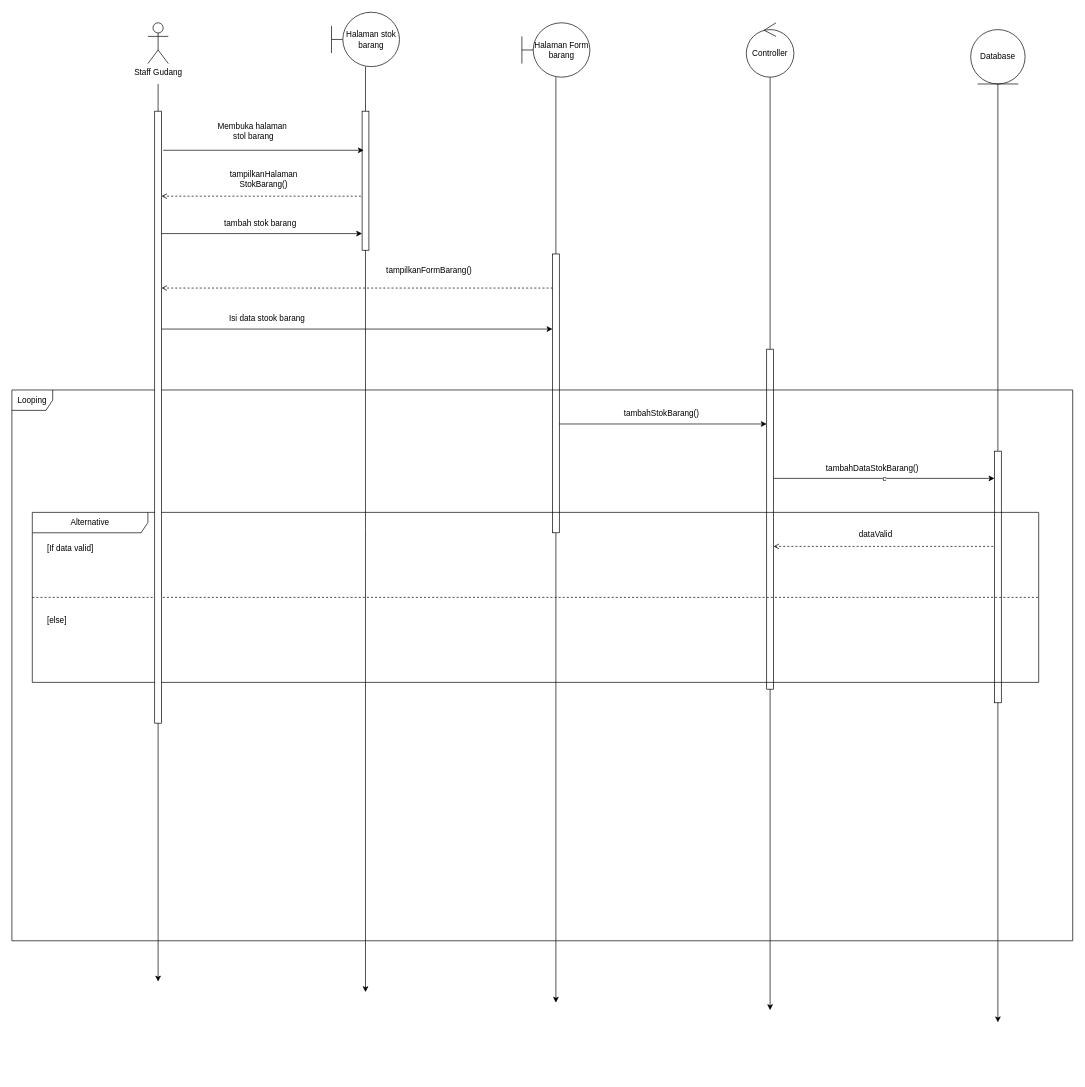
The draw.io diagram page "Fitur Menambah informasi stok barang" (1 of 20) of FIxed/Sequence Complete .drawio in AriqFaridzki/SE-UTS-2023, before the edit. Source tidied: cells renumbered, new cells numbered last; positions are measured from the earlier drawing's top-left corner, leaving out a move shared by most shapes. Both pictures are drawn from the tidied source at 68%, with x=0, y=0 at pixel (12, 12).
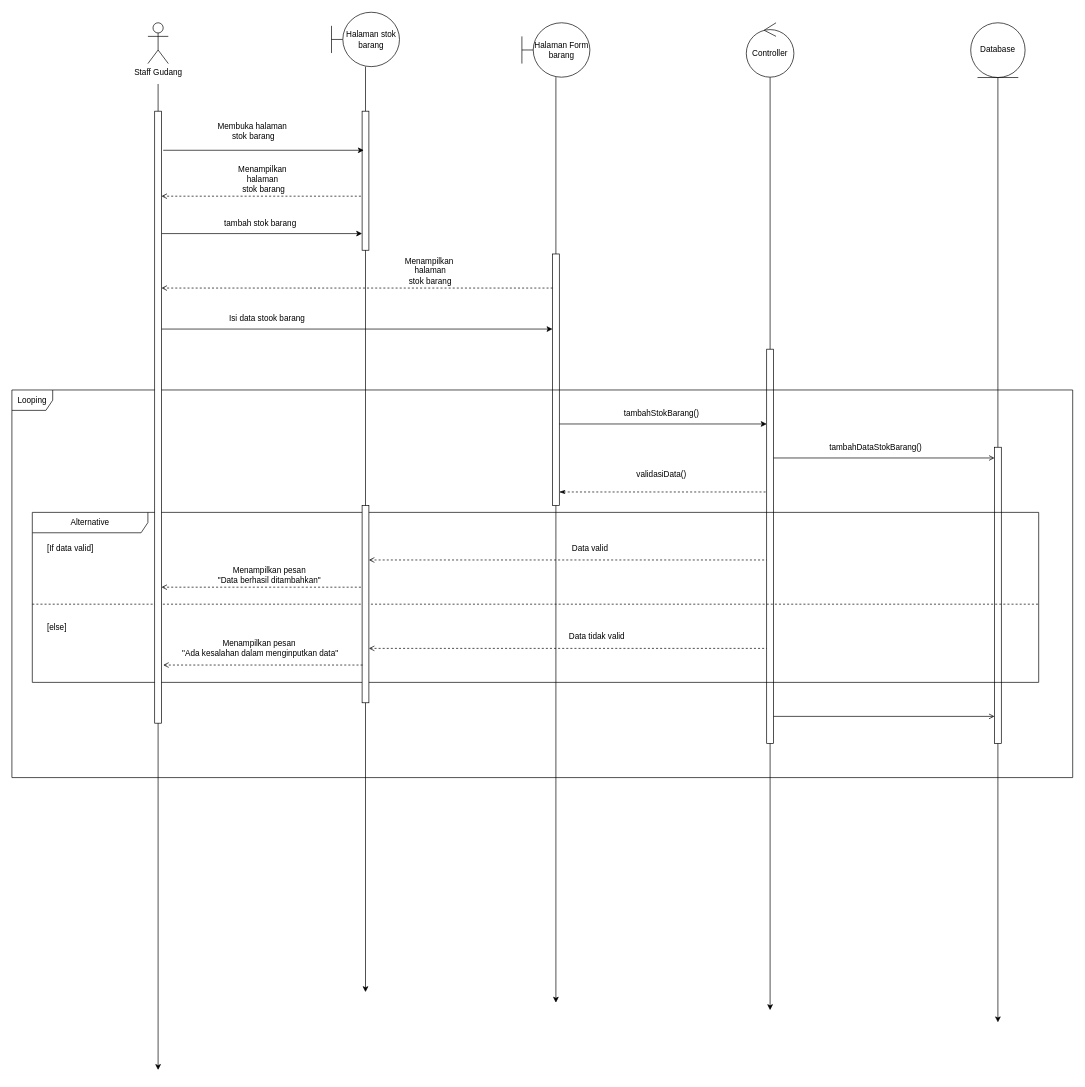
Above is the later version.

Unchanged cells that the change refers to:
```xml
<mxCell id="8" style="group;" parent="1" vertex="1">
  <mxGeometry x="750" y="16" width="760" height="1441" as="geometry" />
</mxCell>
<mxCell id="20" style="group;" parent="1" vertex="1">
  <mxGeometry x="310" y="226" width="120" height="50" as="geometry" />
</mxCell>
<mxCell id="34" value="Alternative" style="shape=umlFrame;whiteSpace=wrap;html=1;width=170;" parent="1" vertex="1">
  <mxGeometry x="30" y="736" width="1480" height="250" as="geometry" />
</mxCell>
```

Change to the diagram source:
```diff
@@
     <mxCell id="4" style="group;" parent="1" vertex="1">
-      <mxGeometry x="1410" y="26" width="80" height="1460" as="geometry" />
+      <mxGeometry x="1410" y="16" width="80" height="1470" as="geometry" />
     </mxCell>
     <mxCell id="5" style="edgeStyle=orthogonalEdgeStyle;rounded=0;jettySize=auto;html=1;" parent="4" edge="1" source="6">
       <mxGeometry relative="1" as="geometry">
-        <mxPoint x="40" y="1460" as="targetPoint" />
+        <mxPoint x="40" y="1470" as="targetPoint" />
       </mxGeometry>
     </mxCell>
     <mxCell id="6" value="Database" style="ellipse;shape=umlEntity;whiteSpace=wrap;html=1;" parent="4" vertex="1">
-      <mxGeometry width="80" height="80" as="geometry" />
+      <mxGeometry width="80" height="80.5" as="geometry" />
     </mxCell>
     <mxCell id="7" style="html=1;points=[];perimeter=orthogonalPerimeter;outlineConnect=0;targetShapes=umlLifeline;portConstraint=eastwest;newEdgeStyle={&quot;edgeStyle&quot;:&quot;elbowEdgeStyle&quot;,&quot;elbow&quot;:&quot;vertical&quot;,&quot;curved&quot;:0,&quot;rounded&quot;:0};" parent="4" vertex="1">
-      <mxGeometry x="35" y="620" width="10" height="370" as="geometry" />
+      <mxGeometry x="35" y="624.2" width="10" height="435.8" as="geometry" />
     </mxCell>
@@
     <mxCell id="11" style="html=1;points=[];perimeter=orthogonalPerimeter;outlineConnect=0;targetShapes=umlLifeline;portConstraint=eastwest;newEdgeStyle={&quot;edgeStyle&quot;:&quot;elbowEdgeStyle&quot;,&quot;elbow&quot;:&quot;vertical&quot;,&quot;curved&quot;:0,&quot;rounded&quot;:0};" parent="8" vertex="1">
-      <mxGeometry x="45" y="340" width="10" height="410" as="geometry" />
+      <mxGeometry x="45" y="340" width="10" height="370" as="geometry" />
     </mxCell>
@@
     <mxCell id="14" style="html=1;perimeter=orthogonalPerimeter;targetShapes=umlLifeline;newEdgeStyle={&quot;edgeStyle&quot;:&quot;elbowEdgeStyle&quot;,&quot;elbow&quot;:&quot;vertical&quot;,&quot;curved&quot;:0,&quot;rounded&quot;:0};" parent="8" vertex="1">
-      <mxGeometry x="360" y="480" width="10" height="500" as="geometry" />
+      <mxGeometry x="360" y="480" width="10" height="580" as="geometry" />
     </mxCell>
-    <mxCell id="15" style="endArrow=none;html=1;rounded=0;endFill=0;startArrow=open;startFill=0;dashed=1;" parent="8" edge="1" target="7">
+    <mxCell id="15" style="endArrow=none;html=1;rounded=0;endFill=0;startArrow=open;startFill=0;dashed=1;" parent="8" edge="1" source="45">
       <mxGeometry relative="1" as="geometry">
-        <mxPoint x="370" y="770" as="sourcePoint" />
+        <mxPoint x="360" y="790" as="targetPoint" />
       </mxGeometry>
     </mxCell>
+    <mxCell id="41" value="validasiData()" style="text;html=1;align=center;verticalAlign=middle;strokeColor=none;fillColor=none;" parent="8" vertex="1">
+      <mxGeometry x="155" y="650" width="100" height="30" as="geometry" />
+    </mxCell>
+    <mxCell id="31" value="tambahDataStokBarang()" style="text;html=1;align=center;verticalAlign=middle;strokeColor=none;fillColor=none;" parent="8" vertex="1">
+      <mxGeometry x="440" y="610" width="160" height="30" as="geometry" />
+    </mxCell>
+    <mxCell id="42" value="Data valid" style="text;html=1;align=center;verticalAlign=middle;strokeColor=none;fillColor=none;" parent="8" vertex="1">
+      <mxGeometry x="60" y="758" width="80" height="30" as="geometry" />
+    </mxCell>
+    <mxCell id="43" style="endArrow=open;html=1;rounded=0;endFill=0;" parent="8" edge="1">
+      <mxGeometry relative="1" as="geometry">
+        <mxPoint x="370" y="640" as="sourcePoint" />
+        <mxPoint x="695" y="640" as="targetPoint" />
+      </mxGeometry>
+    </mxCell>
+    <mxCell id="44" style="endArrow=none;html=1;rounded=0;startArrow=classicThin;startFill=1;endFill=0;dashed=1;" parent="8" edge="1" source="11">
+      <mxGeometry relative="1" as="geometry">
+        <mxPoint x="360" y="690" as="targetPoint" />
+      </mxGeometry>
+    </mxCell>
@@
-    <mxCell id="21" value="tampilkanHalaman&lt;br&gt;StokBarang()" style="text;html=1;align=center;verticalAlign=middle;strokeColor=none;fillColor=none;" parent="20" vertex="1">
-      <mxGeometry width="120" height="40" as="geometry" />
+    <mxCell id="21" value="Menampilkan&amp;nbsp;&lt;br&gt;halaman&amp;nbsp;&lt;br&gt;stok barang" style="text;html=1;align=center;verticalAlign=middle;strokeColor=none;fillColor=none;" parent="20" vertex="1">
+      <mxGeometry x="10" y="-10" width="100" height="60" as="geometry" />
     </mxCell>
@@
-    <mxCell id="27" value="Membuka halaman&amp;nbsp;&lt;br&gt;stol barang" style="text;html=1;align=center;verticalAlign=middle;strokeColor=none;fillColor=none;" parent="1" vertex="1">
+    <mxCell id="27" value="Membuka halaman&amp;nbsp;&lt;br&gt;stok barang" style="text;html=1;align=center;verticalAlign=middle;strokeColor=none;fillColor=none;" parent="1" vertex="1">
       <mxGeometry x="290" y="156" width="130" height="40" as="geometry" />
     </mxCell>
@@
-    <mxCell id="29" value="tampilkanFormBarang()&amp;nbsp;" style="text;html=1;align=center;verticalAlign=middle;strokeColor=none;fillColor=none;" parent="1" vertex="1">
-      <mxGeometry x="540" y="366" width="150" height="30" as="geometry" />
+    <mxCell id="29" value="Menampilkan&amp;nbsp;&lt;br&gt;halaman&lt;br&gt;stok barang" style="text;html=1;align=center;verticalAlign=middle;strokeColor=none;fillColor=none;" parent="1" vertex="1">
+      <mxGeometry x="565" y="351" width="100" height="60" as="geometry" />
     </mxCell>
-    <mxCell id="30" value="c" style="endArrow=classic;html=1;rounded=0;" parent="1" edge="1" target="7">
-      <mxGeometry relative="1" as="geometry">
-        <mxPoint x="1120" y="686" as="sourcePoint" />
-      </mxGeometry>
-    </mxCell>
-    <mxCell id="31" value="tambahDataStokBarang()" style="text;html=1;align=center;verticalAlign=middle;strokeColor=none;fillColor=none;" parent="1" vertex="1">
-      <mxGeometry x="1185" y="656" width="160" height="30" as="geometry" />
-    </mxCell>
@@
     <mxCell id="36" value="[else]" style="line;strokeWidth=1;dashed=1;labelPosition=center;verticalLabelPosition=bottom;align=left;verticalAlign=top;spacingLeft=20;spacingTop=15;html=1;whiteSpace=wrap;" parent="34" vertex="1">
-      <mxGeometry y="120" width="1480" height="10" as="geometry" />
+      <mxGeometry y="130" width="1480" height="10" as="geometry" />
     </mxCell>
     <mxCell id="37" value="Looping" style="shape=umlFrame;whiteSpace=wrap;html=1;" parent="1" vertex="1">
-      <mxGeometry y="556" width="1560" height="810" as="geometry" />
+      <mxGeometry y="556" width="1560" height="570" as="geometry" />
     </mxCell>
     <mxCell id="38" style="edgeStyle=orthogonalEdgeStyle;rounded=0;orthogonalLoop=1;jettySize=auto;html=1;" parent="1" edge="1">
       <mxGeometry relative="1" as="geometry">
         <mxPoint x="215" y="106" as="sourcePoint" />
-        <mxPoint x="215" y="1426" as="targetPoint" />
+        <mxPoint x="215" y="1556" as="targetPoint" />
       </mxGeometry>
     </mxCell>
@@
-    <mxCell id="41" value="dataValid" style="text;html=1;align=center;verticalAlign=middle;strokeColor=none;fillColor=none;" parent="1" vertex="1">
-      <mxGeometry x="1235" y="754" width="70" height="30" as="geometry" />
-    </mxCell>
+    <mxCell id="45" style="html=1;points=[];perimeter=orthogonalPerimeter;outlineConnect=0;targetShapes=umlLifeline;portConstraint=eastwest;newEdgeStyle={&quot;edgeStyle&quot;:&quot;elbowEdgeStyle&quot;,&quot;elbow&quot;:&quot;vertical&quot;,&quot;curved&quot;:0,&quot;rounded&quot;:0};" parent="1" vertex="1">
+      <mxGeometry x="515" y="726" width="10" height="290" as="geometry" />
+    </mxCell>
+    <mxCell id="46" style="endArrow=none;html=1;rounded=0;endFill=0;startArrow=open;startFill=0;dashed=1;" parent="1" edge="1" target="45">
+      <mxGeometry relative="1" as="geometry">
+        <mxPoint x="220" y="846" as="sourcePoint" />
+      </mxGeometry>
+    </mxCell>
+    <mxCell id="47" value="Menampilkan pesan&amp;nbsp;&lt;br&gt;&quot;Data berhasil ditambahkan&quot;&amp;nbsp;" style="text;html=1;align=center;verticalAlign=middle;strokeColor=none;fillColor=none;" parent="1" vertex="1">
+      <mxGeometry x="290" y="809" width="180" height="40" as="geometry" />
+    </mxCell>
+    <mxCell id="48" style="endArrow=none;html=1;rounded=0;endFill=0;startArrow=open;startFill=0;dashed=1;" parent="1" edge="1">
+      <mxGeometry relative="1" as="geometry">
+        <mxPoint x="525" y="936" as="sourcePoint" />
+        <mxPoint x="1110" y="936" as="targetPoint" />
+      </mxGeometry>
+    </mxCell>
+    <mxCell id="49" value="Data tidak valid" style="text;html=1;align=center;verticalAlign=middle;strokeColor=none;fillColor=none;" parent="1" vertex="1">
+      <mxGeometry x="805" y="904" width="110" height="30" as="geometry" />
+    </mxCell>
+    <mxCell id="50" style="endArrow=none;html=1;rounded=0;endFill=0;startArrow=open;startFill=0;dashed=1;" parent="1" edge="1">
+      <mxGeometry relative="1" as="geometry">
+        <mxPoint x="222.5" y="960.5" as="sourcePoint" />
+        <mxPoint x="517.5" y="960.5" as="targetPoint" />
+      </mxGeometry>
+    </mxCell>
+    <mxCell id="51" value="Menampilkan pesan&amp;nbsp;&lt;br&gt;&quot;Ada kesalahan dalam menginputkan data&quot;" style="text;html=1;align=center;verticalAlign=middle;strokeColor=none;fillColor=none;" parent="1" vertex="1">
+      <mxGeometry x="240" y="916" width="250" height="40" as="geometry" />
+    </mxCell>
+    <mxCell id="52" style="endArrow=open;html=1;rounded=0;endFill=0;" parent="1" edge="1">
+      <mxGeometry relative="1" as="geometry">
+        <mxPoint x="1120" y="1036" as="sourcePoint" />
+        <mxPoint x="1445" y="1036" as="targetPoint" />
+      </mxGeometry>
+    </mxCell>
```
